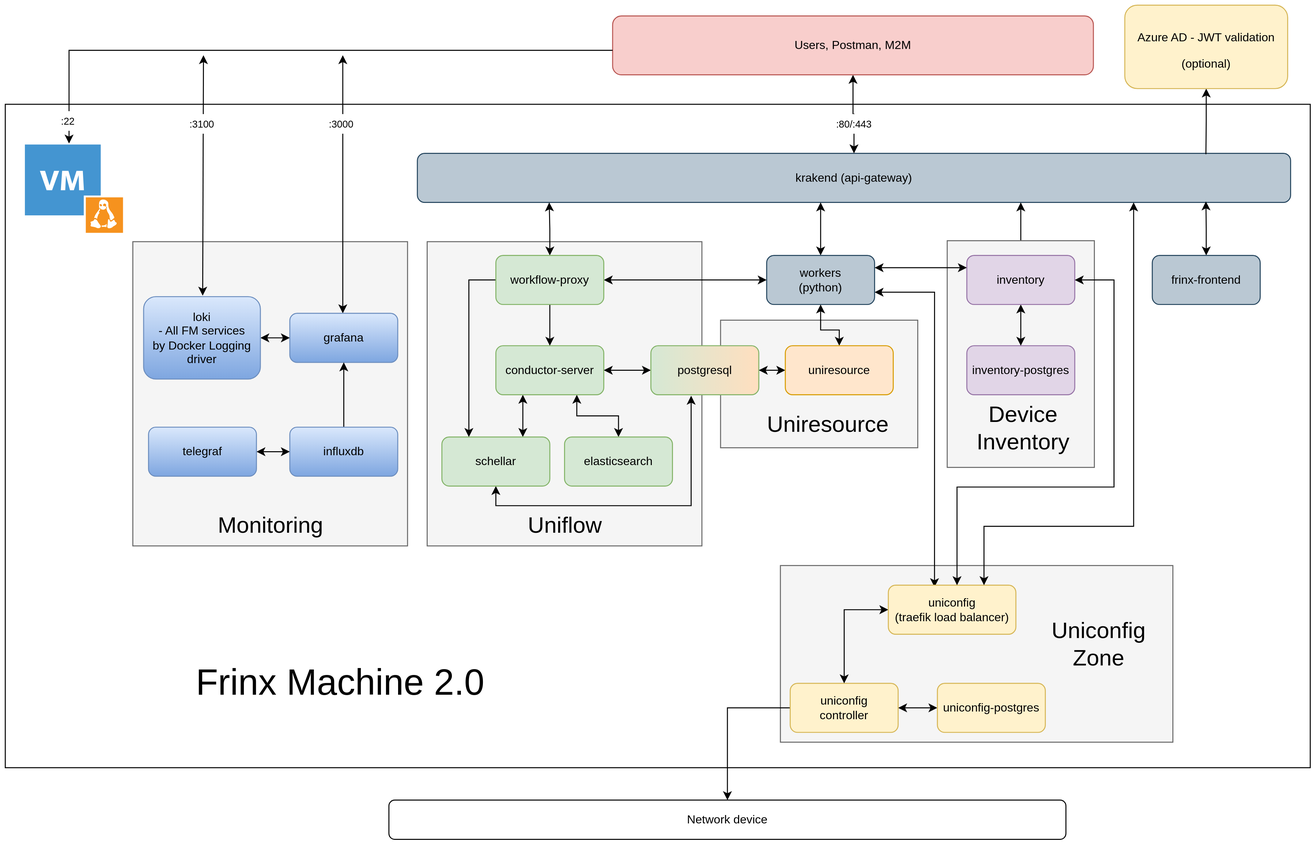
Earlier version of the draw.io export docs/assets/fm_architecture.svg (FRINXio/FRINX-machine). Source tidied: cells renumbered, new cells last; positions are measured from the earlier drawing's top-left corner, leaving out a move shared by most shapes.
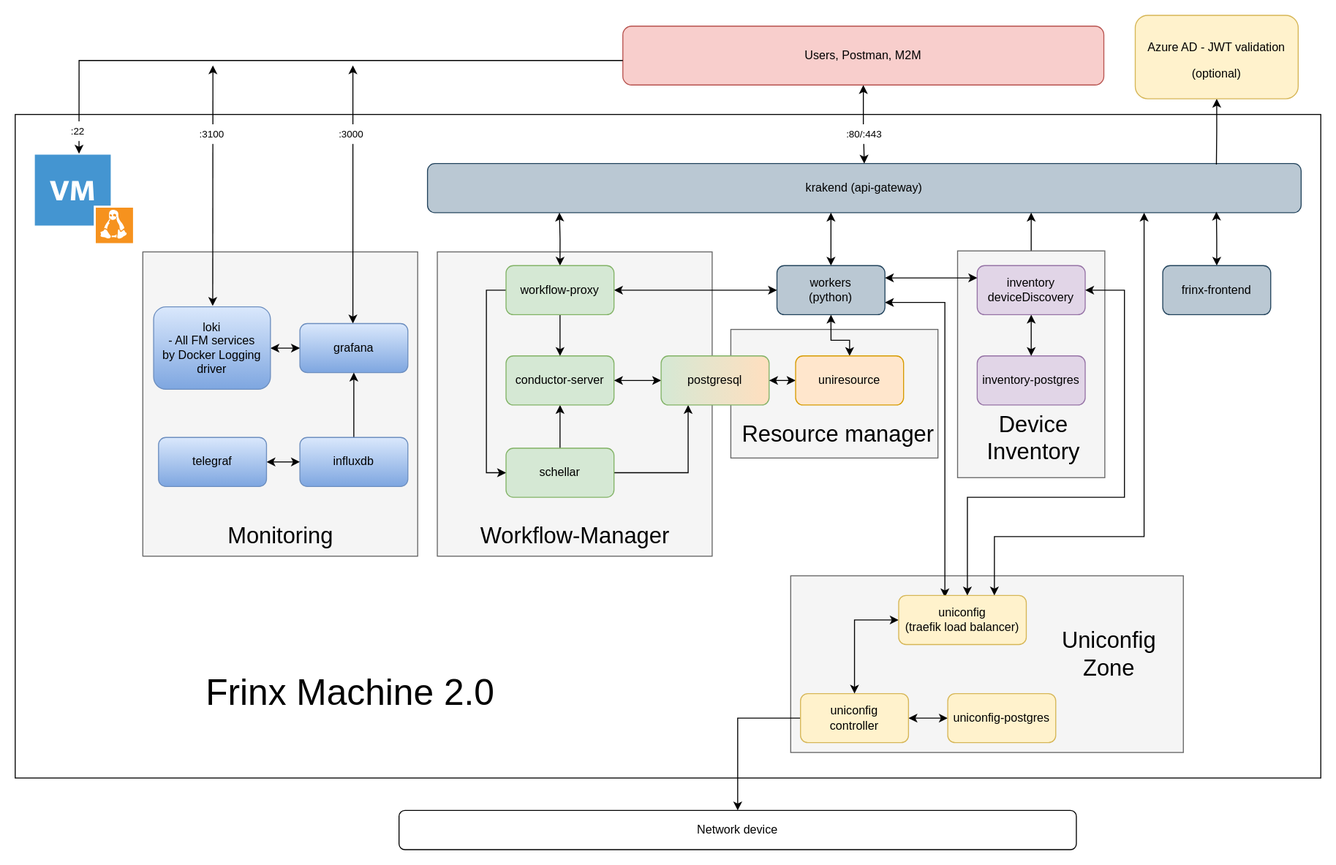
After the change.

Commit message:
Remove elasticsearch from workflow-manager

What changed in the source:
```diff
@@ -6,7 +6,7 @@
       <mxGeometry y="101" width="1330" height="676" as="geometry" />
     </mxCell>
     <mxCell id="3" style="rounded=0;whiteSpace=wrap;html=1;fillColor=#f5f5f5;fontColor=#333333;strokeColor=#666666;" parent="1" vertex="1">
-      <mxGeometry x="729" y="321" width="201" height="130" as="geometry" />
+      <mxGeometry x="729" y="320" width="211" height="131" as="geometry" />
     </mxCell>
     <mxCell id="4" style="rounded=0;whiteSpace=wrap;html=1;fillColor=#f5f5f5;fontColor=#333333;strokeColor=#666666;" parent="1" vertex="1">
       <mxGeometry x="430" y="241" width="280" height="310" as="geometry" />
@@ -20,12 +20,9 @@
     <mxCell id="7" value="&lt;div align=&quot;center&quot;&gt;krakend (api-gateway)&lt;/div&gt;" style="rounded=1;whiteSpace=wrap;html=1;align=center;fillColor=#bac8d3;strokeColor=#23445d;" parent="1" vertex="1">
       <mxGeometry x="420" y="151" width="890" height="50" as="geometry" />
     </mxCell>
-    <mxCell id="8" style="edgeStyle=orthogonalEdgeStyle;rounded=0;jettySize=auto;html=1;exitX=0.25;exitY=1;exitDx=0;exitDy=0;entryX=0.75;entryY=0;entryDx=0;entryDy=0;startArrow=classic;startFill=1;" parent="1" edge="1" source="10" target="17">
+    <mxCell id="8" style="edgeStyle=orthogonalEdgeStyle;rounded=0;jettySize=auto;html=1;exitX=0.5;exitY=1;exitDx=0;exitDy=0;entryX=0.5;entryY=0;entryDx=0;entryDy=0;startArrow=classic;startFill=1;endArrow=none;endFill=0;" parent="1" edge="1" source="10" target="17">
       <mxGeometry relative="1" as="geometry" />
     </mxCell>
-    <mxCell id="9" style="edgeStyle=orthogonalEdgeStyle;rounded=0;jettySize=auto;html=1;exitX=0.75;exitY=1;exitDx=0;exitDy=0;startArrow=classic;startFill=1;" parent="1" edge="1" source="10" target="14">
-      <mxGeometry relative="1" as="geometry" />
-    </mxCell>
     <mxCell id="10" value="&lt;div&gt;conductor-server&lt;/div&gt;" style="rounded=1;whiteSpace=wrap;html=1;strokeColor=#82b366;fillColor=#d5e8d4;" parent="1" vertex="1">
       <mxGeometry x="500" y="347" width="110" height="50" as="geometry" />
     </mxCell>
@@ -40,23 +37,14 @@
     <mxCell id="13" value="&lt;div&gt;&lt;span&gt;workers&lt;/span&gt;&lt;br&gt;&lt;/div&gt;&lt;div&gt;(python)&lt;/div&gt;" style="rounded=1;whiteSpace=wrap;html=1;strokeColor=#23445d;fillColor=#bac8d3;" parent="1" vertex="1">
       <mxGeometry x="776" y="255" width="110" height="50" as="geometry" />
     </mxCell>
-    <mxCell id="14" value="elasticsearch" style="rounded=1;whiteSpace=wrap;html=1;strokeColor=#82b366;fillColor=#d5e8d4;" parent="1" vertex="1">
-      <mxGeometry x="570" y="440" width="110" height="50" as="geometry" />
-    </mxCell>
     <mxCell id="15" value="Network device" style="rounded=1;whiteSpace=wrap;html=1;fontSize=12;align=center;" parent="1" vertex="1">
       <mxGeometry x="391" y="810" width="690" height="40" as="geometry" />
     </mxCell>
-    <mxCell id="16" style="edgeStyle=elbowEdgeStyle;rounded=0;jettySize=auto;html=1;exitX=0.5;exitY=1;exitDx=0;exitDy=0;startArrow=classic;startFill=1;endArrow=classic;endFill=1;strokeColor=default;entryX=0.373;entryY=1.02;entryDx=0;entryDy=0;entryPerimeter=0;" parent="1" edge="1" source="17" target="39">
-      <mxGeometry relative="1" as="geometry">
-        <Array as="points">
-          <mxPoint x="520" y="510" />
-          <mxPoint x="600" y="520" />
-          <mxPoint x="699" y="431" />
-        </Array>
-      </mxGeometry>
+    <mxCell id="16" style="edgeStyle=orthogonalEdgeStyle;rounded=0;jettySize=auto;html=1;exitX=1;exitY=0.5;exitDx=0;exitDy=0;entryX=0.25;entryY=1;entryDx=0;entryDy=0;" parent="1" edge="1" source="17" target="39">
+      <mxGeometry relative="1" as="geometry" />
     </mxCell>
     <mxCell id="17" value="&lt;div&gt;schellar&lt;/div&gt;" style="rounded=1;whiteSpace=wrap;html=1;strokeColor=#82b366;fillColor=#d5e8d4;" parent="1" vertex="1">
-      <mxGeometry x="445" y="440" width="110" height="50" as="geometry" />
+      <mxGeometry x="500" y="441" width="110" height="50" as="geometry" />
     </mxCell>
     <mxCell id="18" style="edgeStyle=orthogonalEdgeStyle;rounded=0;jettySize=auto;html=1;startArrow=none;startFill=0;endArrow=classic;endFill=1;exitX=0;exitY=0.5;exitDx=0;exitDy=0;" parent="1" edge="1" source="20" target="15">
       <mxGeometry relative="1" as="geometry" />
@@ -85,7 +73,7 @@
     <mxCell id="26" style="edgeStyle=orthogonalEdgeStyle;rounded=0;jettySize=auto;html=1;exitX=0.5;exitY=0;exitDx=0;exitDy=0;entryX=0.151;entryY=1;entryDx=0;entryDy=0;entryPerimeter=0;startArrow=classic;startFill=1;" parent="1" edge="1" source="28" target="7">
       <mxGeometry relative="1" as="geometry" />
     </mxCell>
-    <mxCell id="27" style="edgeStyle=orthogonalEdgeStyle;rounded=0;jettySize=auto;html=1;exitX=0;exitY=0.5;exitDx=0;exitDy=0;entryX=0.25;entryY=0;entryDx=0;entryDy=0;" parent="1" edge="1" source="28" target="17">
+    <mxCell id="27" style="edgeStyle=orthogonalEdgeStyle;rounded=0;jettySize=auto;html=1;exitX=0;exitY=0.5;exitDx=0;exitDy=0;entryX=0;entryY=0.5;entryDx=0;entryDy=0;" parent="1" edge="1" source="28" target="17">
       <mxGeometry relative="1" as="geometry" />
     </mxCell>
     <mxCell id="28" value="&lt;div&gt;workflow-proxy&lt;/div&gt;" style="rounded=1;whiteSpace=wrap;html=1;strokeColor=#82b366;fillColor=#d5e8d4;" parent="1" vertex="1">
@@ -189,8 +177,8 @@
         <mxPoint x="202" y="51" as="targetPoint" />
       </mxGeometry>
     </mxCell>
-    <mxCell id="54" value="&lt;font style=&quot;font-size: 23px&quot;&gt;Uniflow&lt;/font&gt;" style="text;html=1;align=center;verticalAlign=middle;fillColor=none;strokeColor=none;rounded=0;" parent="1" vertex="1">
-      <mxGeometry x="525" y="520" width="90" height="20" as="geometry" />
+    <mxCell id="54" value="&lt;font style=&quot;font-size: 23px&quot;&gt;Workflow-Manager&lt;/font&gt;" style="text;html=1;align=center;verticalAlign=middle;fillColor=none;strokeColor=none;rounded=0;rotation=0;" parent="1" vertex="1">
+      <mxGeometry x="460" y="510" width="220" height="40" as="geometry" />
     </mxCell>
     <mxCell id="55" value=":80/:443" style="text;html=1;strokeColor=none;fillColor=default;align=left;verticalAlign=middle;whiteSpace=wrap;rounded=0;fontSize=10;gradientColor=none;" parent="1" vertex="1">
       <mxGeometry x="845" y="111" width="40" height="20" as="geometry" />
@@ -198,8 +186,8 @@
     <mxCell id="56" value="&lt;font style=&quot;font-size: 37px&quot;&gt;Frinx Machine 2.0&lt;/font&gt;" style="text;html=1;align=center;verticalAlign=middle;fillColor=none;strokeColor=none;rounded=0;fontSize=23;" parent="1" vertex="1">
       <mxGeometry x="181" y="661" width="320" height="60" as="geometry" />
     </mxCell>
-    <mxCell id="57" value="&lt;font style=&quot;font-size: 23px&quot;&gt;Uniresource&lt;/font&gt;" style="text;html=1;align=center;verticalAlign=middle;fillColor=none;strokeColor=none;rounded=0;" parent="1" vertex="1">
-      <mxGeometry x="768" y="417" width="140" height="20" as="geometry" />
+    <mxCell id="57" value="&lt;font style=&quot;font-size: 23px&quot;&gt;Resource manager&lt;/font&gt;" style="text;html=1;align=center;verticalAlign=middle;fillColor=none;strokeColor=none;rounded=0;" parent="1" vertex="1">
+      <mxGeometry x="728" y="407" width="220" height="40" as="geometry" />
     </mxCell>
     <mxCell id="58" value="inventory" style="rounded=1;whiteSpace=wrap;html=1;strokeColor=#9673a6;fillColor=#e1d5e7;" parent="1" vertex="1">
       <mxGeometry x="1022" y="260" width="110" height="50" as="geometry" />
@@ -231,7 +219,7 @@
     <mxCell id="64" style="edgeStyle=orthogonalEdgeStyle;rounded=0;jettySize=auto;html=1;exitX=0.5;exitY=1;exitDx=0;exitDy=0;startArrow=classic;startFill=1;" parent="1" edge="1" source="65" target="63">
       <mxGeometry relative="1" as="geometry" />
     </mxCell>
-    <mxCell id="65" value="inventory" style="rounded=1;whiteSpace=wrap;html=1;strokeColor=#9673a6;fillColor=#e1d5e7;" parent="1" vertex="1">
+    <mxCell id="65" value="inventory&lt;br&gt;deviceDiscovery" style="rounded=1;whiteSpace=wrap;html=1;strokeColor=#9673a6;fillColor=#e1d5e7;" parent="1" vertex="1">
       <mxGeometry x="980" y="255" width="110" height="50" as="geometry" />
     </mxCell>
     <mxCell id="66" value="&lt;font style=&quot;font-size: 23px&quot;&gt;Device&lt;br&gt;Inventory&lt;br&gt;&lt;/font&gt;" style="text;html=1;align=center;verticalAlign=middle;fillColor=none;strokeColor=none;rounded=0;" parent="1" vertex="1">
```
